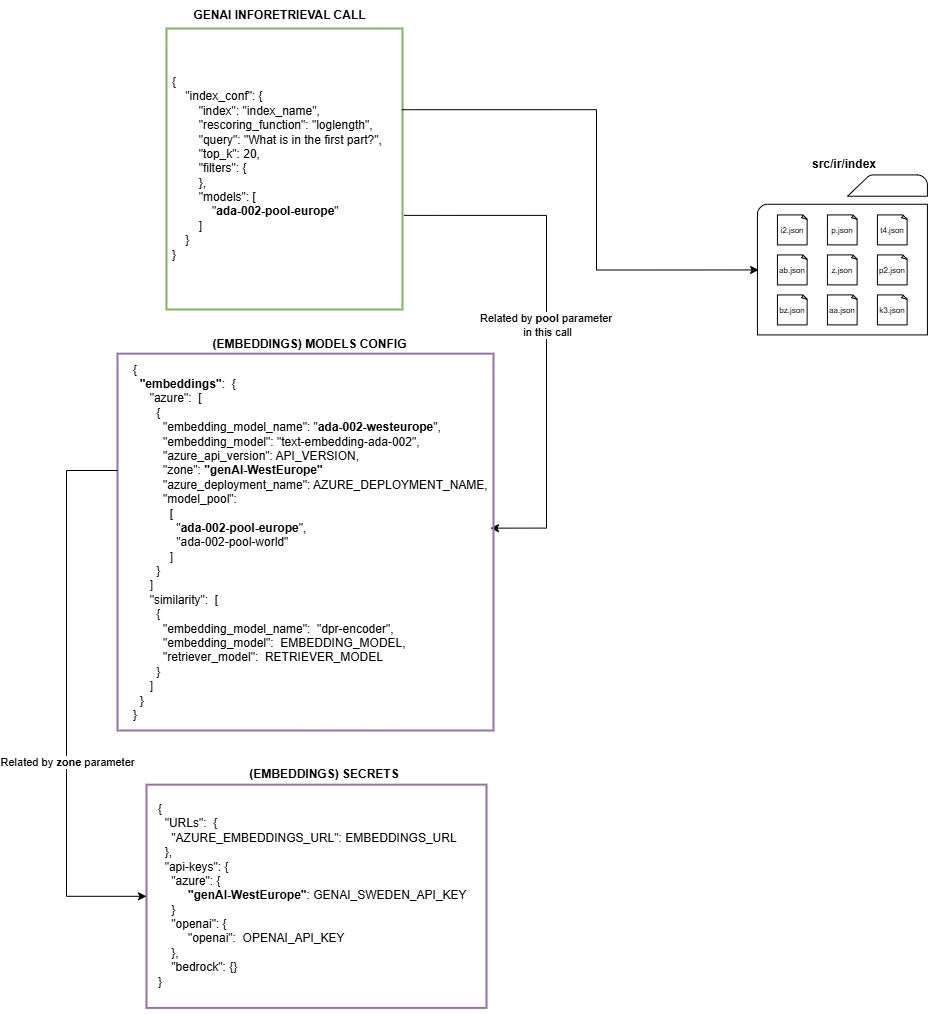
This is services/documentation/imgs/techhubgenaiinforetrieval/genai-inforetrieval-v2.2.0-config-files-uses.png from michael-s-downs/thethingineed, a draw.io export, as it was before one commit. Source tidied: cells renumbered, new cells last; positions are measured from the earlier drawing's top-left corner, leaving out a move shared by most shapes. Its diagram source:
```xml
<mxGraphModel>
  <root>
    <mxCell id="0" />
    <mxCell id="1" parent="0" />
    <mxCell id="2" style="group;" parent="1" vertex="1">
      <mxGeometry x="60" y="340" width="550" height="466.9" as="geometry" />
    </mxCell>
    <mxCell id="3" value="&lt;div&gt;&lt;div style=&quot;border-color: var(--border-color);&quot;&gt;{&lt;/div&gt;&lt;/div&gt;&lt;div&gt;&amp;nbsp; &lt;b&gt;&quot;embeddings&quot;&lt;/b&gt;:&amp;nbsp; {&lt;/div&gt;&lt;div&gt;&amp;nbsp; &amp;nbsp; &amp;nbsp;&quot;azure&quot;:&amp;nbsp; [&lt;/div&gt;&lt;div&gt;&amp;nbsp; &amp;nbsp; &amp;nbsp; &amp;nbsp;{&lt;/div&gt;&amp;nbsp; &amp;nbsp; &amp;nbsp; &amp;nbsp; &amp;nbsp;&quot;embedding_model_name&quot;:  &quot;&lt;b&gt;ada-002-westeurope&lt;/b&gt;&quot;,&lt;br&gt;&amp;nbsp; &amp;nbsp; &amp;nbsp; &amp;nbsp; &amp;nbsp;&quot;embedding_model&quot;:  &quot;text-embedding-ada-002&quot;,&lt;br&gt;&lt;span style=&quot;&quot;&gt;&lt;span style=&quot;white-space: pre;&quot;&gt;&amp;nbsp;&amp;nbsp;&amp;nbsp;&amp;nbsp;     &lt;/span&gt;&lt;/span&gt;&quot;azure_api_version&quot;:  API_VERSION,&lt;br&gt;&lt;span style=&quot;&quot;&gt;&lt;span style=&quot;white-space: pre;&quot;&gt;&amp;nbsp;&amp;nbsp;&amp;nbsp;&amp;nbsp;     &quot;zone&quot;: &lt;b&gt;&quot;genAI-WestEurope&quot;&lt;/b&gt;&lt;/span&gt;&lt;/span&gt;&lt;div&gt;&lt;span style=&quot;white-space: pre;&quot;&gt;&#9;&lt;/span&gt;&amp;nbsp;&quot;azure_deployment_name&quot;:  AZURE_DEPLOYMENT_NAME,&lt;br&gt;&lt;span style=&quot;&quot;&gt;&lt;span style=&quot;white-space: pre;&quot;&gt;&amp;nbsp;&amp;nbsp;&amp;nbsp;&amp;nbsp;     &lt;/span&gt;&lt;/span&gt;&quot;model_pool&quot;: &lt;br&gt;&lt;span style=&quot;&quot;&gt;&lt;span style=&quot;white-space: pre;&quot;&gt;&amp;nbsp;&amp;nbsp;&amp;nbsp;&amp;nbsp;&lt;/span&gt;&lt;/span&gt;&amp;nbsp; &amp;nbsp; &amp;nbsp; &amp;nbsp;[&lt;br&gt;&amp;nbsp;&lt;span style=&quot;&quot;&gt;&lt;span style=&quot;white-space: pre;&quot;&gt;&amp;nbsp;&amp;nbsp;&amp;nbsp;&amp;nbsp;&lt;/span&gt;&lt;/span&gt;&amp;nbsp; &amp;nbsp; &amp;nbsp; &amp;nbsp; &quot;&lt;b&gt;ada-002-pool-europe&lt;/b&gt;&quot;,&lt;br&gt;&lt;span style=&quot;&quot;&gt;&lt;span style=&quot;white-space: pre;&quot;&gt;&amp;nbsp;&amp;nbsp;&amp;nbsp;&amp;nbsp;&lt;/span&gt;&lt;/span&gt;&amp;nbsp; &amp;nbsp; &amp;nbsp; &amp;nbsp; &amp;nbsp;&quot;ada-002-pool-world&quot;&lt;br&gt;&lt;span style=&quot;&quot;&gt;&lt;span style=&quot;white-space: pre;&quot;&gt;&amp;nbsp;&amp;nbsp;&amp;nbsp;&amp;nbsp;&lt;/span&gt;&lt;/span&gt;&amp;nbsp; &amp;nbsp; &amp;nbsp; &amp;nbsp;]&lt;br&gt;&amp;nbsp; &amp;nbsp; &amp;nbsp; &amp;nbsp;}&amp;nbsp;&amp;nbsp;&lt;br&gt;&lt;div&gt;&amp;nbsp; &amp;nbsp; &amp;nbsp;]&lt;/div&gt;&lt;div&gt;&amp;nbsp; &amp;nbsp; &amp;nbsp;&quot;similarity&quot;:&amp;nbsp; [&lt;div style=&quot;&quot;&gt;&amp;nbsp; &amp;nbsp; &amp;nbsp; &amp;nbsp;{&lt;/div&gt;&lt;div style=&quot;&quot;&gt;&amp;nbsp; &amp;nbsp; &amp;nbsp; &amp;nbsp; &amp;nbsp;&quot;embedding_model_name&quot;:&amp;nbsp; &quot;dpr-encoder&quot;,&lt;/div&gt;&lt;div style=&quot;&quot;&gt;&amp;nbsp; &amp;nbsp; &amp;nbsp; &amp;nbsp; &amp;nbsp;&quot;embedding_model&quot;:&amp;nbsp; EMBEDDING_MODEL,&lt;/div&gt;&lt;div style=&quot;&quot;&gt;&amp;nbsp; &amp;nbsp; &amp;nbsp; &amp;nbsp; &amp;nbsp;&quot;retriever_model&quot;:&amp;nbsp; RETRIEVER_MODEL&lt;/div&gt;&lt;div style=&quot;&quot;&gt;&lt;span style=&quot;background-color: initial;&quot;&gt;&amp;nbsp; &amp;nbsp; &amp;nbsp; &amp;nbsp;}&lt;/span&gt;&lt;/div&gt;&lt;div style=&quot;&quot;&gt;&amp;nbsp; &amp;nbsp; &amp;nbsp;]&lt;/div&gt;&lt;/div&gt;&lt;div&gt;&amp;nbsp; }&amp;nbsp;&amp;nbsp;&lt;/div&gt;&lt;div&gt;}&lt;/div&gt;&lt;/div&gt;" style="text;html=1;align=left;verticalAlign=middle;whiteSpace=wrap;rounded=0;fillColor=none;strokeColor=none;strokeWidth=2;" parent="2" vertex="1">
      <mxGeometry x="5.1" y="13.2" width="364.9" height="376.9" as="geometry" />
    </mxCell>
    <mxCell id="4" style="group;" parent="1" vertex="1">
      <mxGeometry x="100" width="256" height="313" as="geometry" />
    </mxCell>
    <mxCell id="5" value="&lt;b&gt;GENAI INFORETRIEVAL CALL&lt;/b&gt;" style="text;html=1;align=center;verticalAlign=middle;whiteSpace=wrap;rounded=0;" parent="4" vertex="1">
      <mxGeometry x="22.5" width="181" height="30" as="geometry" />
    </mxCell>
    <mxCell id="6" value="&lt;div&gt;{&lt;/div&gt;&lt;div&gt;&amp;nbsp; &amp;nbsp; &quot;index_conf&quot;: {&lt;/div&gt;&lt;div&gt;&amp;nbsp; &amp;nbsp; &amp;nbsp; &amp;nbsp; &quot;index&quot;: &quot;index_name&quot;,&lt;/div&gt;&lt;div&gt;&amp;nbsp; &amp;nbsp; &amp;nbsp; &amp;nbsp; &quot;rescoring_function&quot;: &quot;loglength&quot;,&lt;/div&gt;&lt;div&gt;&amp;nbsp; &amp;nbsp; &amp;nbsp; &amp;nbsp; &quot;query&quot;: &quot;What is in the first part?&quot;,&lt;/div&gt;&lt;div&gt;&amp;nbsp; &amp;nbsp; &amp;nbsp; &amp;nbsp; &quot;top_k&quot;: 20,&lt;/div&gt;&lt;div&gt;&amp;nbsp; &amp;nbsp; &amp;nbsp; &amp;nbsp; &quot;filters&quot;: {&lt;/div&gt;&lt;div&gt;&amp;nbsp; &amp;nbsp; &amp;nbsp; &amp;nbsp; },&lt;/div&gt;&lt;div&gt;&amp;nbsp; &amp;nbsp; &amp;nbsp; &amp;nbsp; &quot;models&quot;: [&lt;/div&gt;&lt;div&gt;&amp;nbsp; &amp;nbsp; &amp;nbsp; &amp;nbsp; &amp;nbsp; &amp;nbsp; &quot;&lt;b&gt;ada-002-pool-europe&lt;/b&gt;&quot;&lt;/div&gt;&lt;div&gt;&amp;nbsp; &amp;nbsp; &amp;nbsp; &amp;nbsp; ]&lt;/div&gt;&lt;div&gt;&amp;nbsp; &amp;nbsp; }&lt;/div&gt;&lt;div&gt;}&lt;/div&gt;" style="text;html=1;align=left;verticalAlign=middle;whiteSpace=wrap;rounded=0;" parent="4" vertex="1">
      <mxGeometry x="4" y="23" width="252" height="290" as="geometry" />
    </mxCell>
    <mxCell id="7" style="rounded=0;whiteSpace=wrap;html=1;fillColor=none;strokeColor=#82b366;strokeWidth=2;" parent="4" vertex="1">
      <mxGeometry y="28" width="236" height="281" as="geometry" />
    </mxCell>
    <mxCell id="8" style="group;" parent="1" vertex="1">
      <mxGeometry x="80" y="777.4" width="554.9" height="235.8" as="geometry" />
    </mxCell>
    <mxCell id="9" style="group;" parent="8" vertex="1">
      <mxGeometry width="554.9" height="235.8" as="geometry" />
    </mxCell>
    <mxCell id="10" style="rounded=0;whiteSpace=wrap;html=1;fillColor=none;strokeColor=#9673a6;strokeWidth=2;" parent="9" vertex="1">
      <mxGeometry y="6.8" width="340" height="223.2" as="geometry" />
    </mxCell>
    <mxCell id="11" value="&lt;div&gt;&lt;div style=&quot;border-color: var(--border-color);&quot;&gt;{&lt;/div&gt;&lt;/div&gt;&lt;div&gt;&amp;nbsp; &quot;URLs&quot;:&amp;nbsp; {&lt;/div&gt;&lt;div&gt;&amp;nbsp; &amp;nbsp; &quot;AZURE_EMBEDDINGS_URL&quot;: EMBEDDINGS_URL&lt;/div&gt;&lt;div&gt;&amp;nbsp; },&lt;/div&gt;&lt;div&gt;&amp;nbsp; &quot;api-keys&quot;: {&lt;/div&gt;&lt;div&gt;&amp;nbsp; &amp;nbsp; &quot;azure&quot;: {&lt;/div&gt;&amp;nbsp; &amp;nbsp; &amp;nbsp; &amp;nbsp; &amp;nbsp;&lt;b&gt;&quot;genAI-WestEurope&quot;&lt;/b&gt;: GENAI_SWEDEN_API_KEY&lt;div&gt;&amp;nbsp; &amp;nbsp; }&lt;br&gt;&lt;div&gt;&amp;nbsp; &amp;nbsp; &quot;openai&quot;:&amp;nbsp;&lt;span style=&quot;background-color: initial;&quot;&gt;{&lt;/span&gt;&lt;div style=&quot;&quot;&gt;&amp;nbsp; &amp;nbsp; &amp;nbsp; &amp;nbsp; &amp;nbsp;&quot;openai&quot;:&amp;nbsp; OPENAI_API_KEY&lt;/div&gt;&lt;div style=&quot;&quot;&gt;&amp;nbsp; &amp;nbsp; },&lt;/div&gt;&lt;div style=&quot;&quot;&gt;&amp;nbsp; &amp;nbsp; &quot;bedrock&quot;: {}&lt;/div&gt;&lt;/div&gt;&lt;div&gt;}&lt;/div&gt;&lt;/div&gt;" style="text;html=1;align=left;verticalAlign=middle;whiteSpace=wrap;rounded=0;fillColor=none;strokeColor=none;strokeWidth=2;" parent="9" vertex="1">
      <mxGeometry x="10" width="544.9" height="235.8" as="geometry" />
    </mxCell>
    <mxCell id="12" value="&lt;b&gt;(EMBEDDINGS) SECRETS&lt;/b&gt;" style="text;html=1;align=center;verticalAlign=middle;whiteSpace=wrap;rounded=0;" parent="9" vertex="1">
      <mxGeometry x="90" y="-7.4" width="175.9" height="7.4" as="geometry" />
    </mxCell>
    <mxCell id="13" style="edgeStyle=orthogonalEdgeStyle;rounded=0;jettySize=auto;html=1;entryX=0.992;entryY=0.463;entryDx=0;entryDy=0;entryPerimeter=0;exitX=1.006;exitY=0.665;exitDx=0;exitDy=0;exitPerimeter=0;" parent="1" edge="1" source="7" target="30">
      <mxGeometry relative="1" as="geometry">
        <Array as="points">
          <mxPoint x="480" y="215" />
          <mxPoint x="480" y="528" />
        </Array>
      </mxGeometry>
    </mxCell>
    <mxCell id="14" value="Related by &lt;b&gt;pool &lt;/b&gt;parameter&amp;nbsp;&lt;div&gt;in this call&lt;/div&gt;" style="edgeLabel;html=1;align=center;verticalAlign=middle;" parent="13" vertex="1">
      <mxGeometry x="0.1" y="1" relative="1" as="geometry">
        <mxPoint x="-1" y="-28" as="offset" />
      </mxGeometry>
    </mxCell>
    <mxCell id="15" style="group;" parent="1" vertex="1">
      <mxGeometry x="690" y="160" width="175.9" height="174.4" as="geometry" />
    </mxCell>
    <mxCell id="16" value="&lt;font style=&quot;font-size: 8px;&quot;&gt;i2.json&lt;/font&gt;" style="whiteSpace=wrap;html=1;shape=mxgraph.basic.document;" parent="15" vertex="1">
      <mxGeometry x="20.9" y="54.4" width="30" height="30" as="geometry" />
    </mxCell>
    <mxCell id="17" value="&lt;font style=&quot;font-size: 8px;&quot;&gt;p.json&lt;/font&gt;" style="whiteSpace=wrap;html=1;shape=mxgraph.basic.document;" parent="15" vertex="1">
      <mxGeometry x="70.9" y="54.4" width="30" height="30" as="geometry" />
    </mxCell>
    <mxCell id="18" value="&lt;font style=&quot;font-size: 8px;&quot;&gt;t4.json&lt;/font&gt;" style="whiteSpace=wrap;html=1;shape=mxgraph.basic.document;" parent="15" vertex="1">
      <mxGeometry x="120.9" y="54.4" width="30" height="30" as="geometry" />
    </mxCell>
    <mxCell id="19" value="&lt;font style=&quot;font-size: 8px;&quot;&gt;ab.json&lt;/font&gt;" style="whiteSpace=wrap;html=1;shape=mxgraph.basic.document;" parent="15" vertex="1">
      <mxGeometry x="20.9" y="94.4" width="30" height="30" as="geometry" />
    </mxCell>
    <mxCell id="20" value="&lt;font style=&quot;font-size: 8px;&quot;&gt;z.json&lt;/font&gt;" style="whiteSpace=wrap;html=1;shape=mxgraph.basic.document;" parent="15" vertex="1">
      <mxGeometry x="70.9" y="94.4" width="30" height="30" as="geometry" />
    </mxCell>
    <mxCell id="21" value="&lt;font style=&quot;font-size: 8px;&quot;&gt;p2.json&lt;/font&gt;" style="whiteSpace=wrap;html=1;shape=mxgraph.basic.document;" parent="15" vertex="1">
      <mxGeometry x="120.9" y="94.4" width="30" height="30" as="geometry" />
    </mxCell>
    <mxCell id="22" value="&lt;font style=&quot;font-size: 8px;&quot;&gt;bz.json&lt;/font&gt;" style="whiteSpace=wrap;html=1;shape=mxgraph.basic.document;" parent="15" vertex="1">
      <mxGeometry x="20.9" y="134.4" width="30" height="30" as="geometry" />
    </mxCell>
    <mxCell id="23" value="&lt;font style=&quot;font-size: 8px;&quot;&gt;aa.json&lt;/font&gt;" style="whiteSpace=wrap;html=1;shape=mxgraph.basic.document;" parent="15" vertex="1">
      <mxGeometry x="70.9" y="134.4" width="30" height="30" as="geometry" />
    </mxCell>
    <mxCell id="24" value="&lt;font style=&quot;font-size: 8px;&quot;&gt;k3.json&lt;/font&gt;" style="whiteSpace=wrap;html=1;shape=mxgraph.basic.document;" parent="15" vertex="1">
      <mxGeometry x="120.9" y="134.4" width="30" height="30" as="geometry" />
    </mxCell>
    <mxCell id="25" value="&lt;b&gt;src/ir/index&lt;/b&gt;" style="text;html=1;align=center;verticalAlign=middle;whiteSpace=wrap;rounded=0;" parent="15" vertex="1">
      <mxGeometry width="175.9" height="7.4" as="geometry" />
    </mxCell>
    <mxCell id="26" style="sketch=0;shadow=0;dashed=0;html=1;strokeColor=default;labelPosition=center;verticalLabelPosition=bottom;verticalAlign=top;outlineConnect=0;align=center;shape=mxgraph.office.concepts.folder;fillColor=none;" parent="15" vertex="1">
      <mxGeometry x="0.9" y="14.4" width="170" height="160" as="geometry" />
    </mxCell>
    <mxCell id="27" style="edgeStyle=orthogonalEdgeStyle;rounded=0;jettySize=auto;html=1;exitX=0.997;exitY=0.289;exitDx=0;exitDy=0;entryX=0.007;entryY=0.594;entryDx=0;entryDy=0;entryPerimeter=0;exitPerimeter=0;" parent="1" edge="1" source="7" target="26">
      <mxGeometry relative="1" as="geometry">
        <Array as="points">
          <mxPoint x="530" y="109" />
          <mxPoint x="530" y="270" />
        </Array>
      </mxGeometry>
    </mxCell>
    <mxCell id="28" style="group;" parent="1" vertex="1">
      <mxGeometry x="47" y="340" width="380" height="390" as="geometry" />
    </mxCell>
    <mxCell id="29" value="&lt;b&gt;(EMBEDDINGS) MODELS CONFIG&lt;/b&gt;" style="text;html=1;align=center;verticalAlign=middle;whiteSpace=wrap;rounded=0;" parent="28" vertex="1">
      <mxGeometry x="92.7" y="-2.8" width="207.3" height="13.1" as="geometry" />
    </mxCell>
    <mxCell id="30" style="rounded=0;whiteSpace=wrap;html=1;fillColor=none;strokeColor=#9673a6;strokeWidth=2;" parent="28" vertex="1">
      <mxGeometry x="4" y="13.1" width="376" height="376.9" as="geometry" />
    </mxCell>
    <mxCell id="31" style="edgeStyle=orthogonalEdgeStyle;rounded=0;jettySize=auto;html=1;entryX=0;entryY=0.5;entryDx=0;entryDy=0;" parent="1" edge="1" source="30" target="10">
      <mxGeometry relative="1" as="geometry">
        <Array as="points">
          <mxPoint y="470" />
          <mxPoint y="896" />
        </Array>
      </mxGeometry>
    </mxCell>
    <mxCell id="32" value="Related by &lt;b&gt;zone&lt;/b&gt; parameter" style="edgeLabel;html=1;align=center;verticalAlign=middle;" parent="31" vertex="1">
      <mxGeometry x="-0.2" y="-3" relative="1" as="geometry">
        <mxPoint x="3" y="121" as="offset" />
      </mxGeometry>
    </mxCell>
  </root>
</mxGraphModel>
```
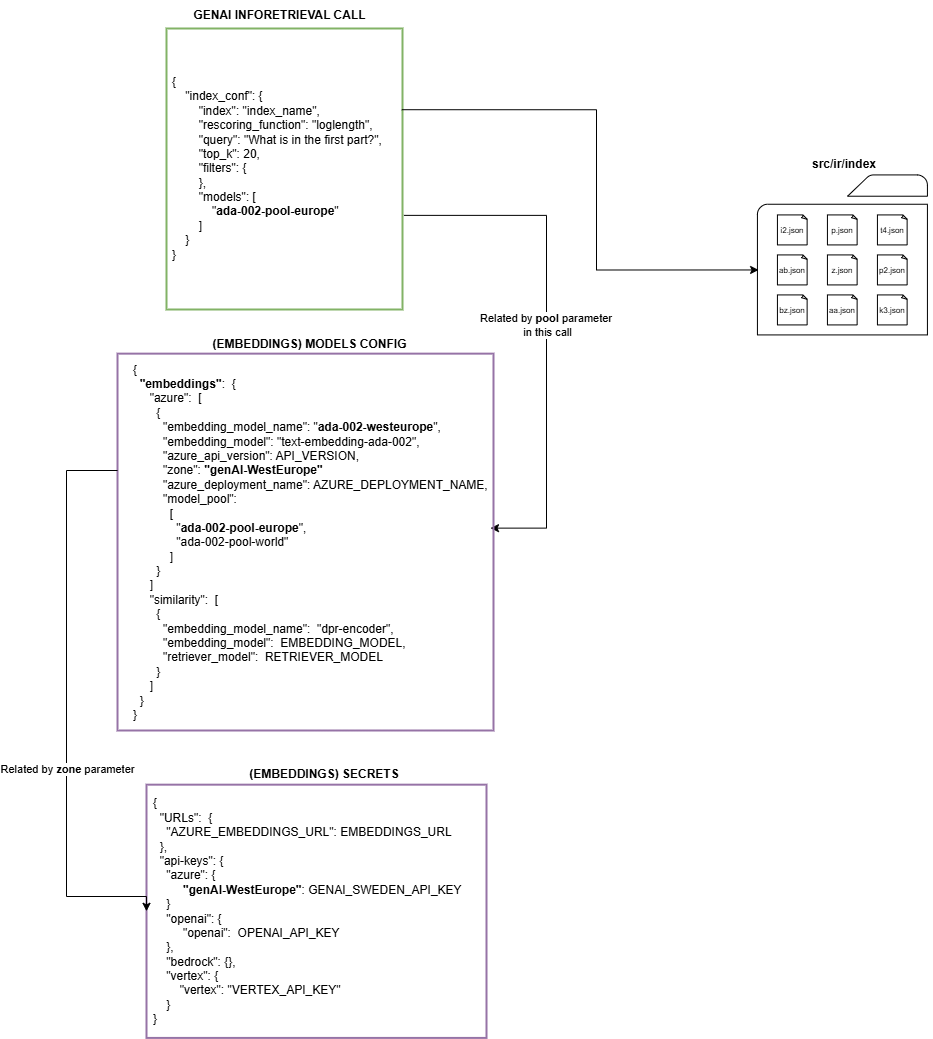
Above is the later version.

Commit message:
[INFOINDEXING INFORETRIEVAL] doc and tests updated new vertex models

What changed in the source:
```diff
@@ -21,16 +21,16 @@
       <mxGeometry y="28" width="236" height="281" as="geometry" />
     </mxCell>
     <mxCell id="8" style="group;" parent="1" vertex="1">
-      <mxGeometry x="80" y="777.4" width="554.9" height="235.8" as="geometry" />
+      <mxGeometry x="80" y="777.4" width="554.9" height="260" as="geometry" />
     </mxCell>
     <mxCell id="9" style="group;" parent="8" vertex="1">
-      <mxGeometry width="554.9" height="235.8" as="geometry" />
+      <mxGeometry width="554.9" height="260" as="geometry" />
     </mxCell>
     <mxCell id="10" style="rounded=0;whiteSpace=wrap;html=1;fillColor=none;strokeColor=#9673a6;strokeWidth=2;" parent="9" vertex="1">
-      <mxGeometry y="6.8" width="340" height="223.2" as="geometry" />
+      <mxGeometry y="6.8" width="340" height="253.2" as="geometry" />
     </mxCell>
-    <mxCell id="11" value="&lt;div&gt;&lt;div style=&quot;border-color: var(--border-color);&quot;&gt;{&lt;/div&gt;&lt;/div&gt;&lt;div&gt;&amp;nbsp; &quot;URLs&quot;:&amp;nbsp; {&lt;/div&gt;&lt;div&gt;&amp;nbsp; &amp;nbsp; &quot;AZURE_EMBEDDINGS_URL&quot;: EMBEDDINGS_URL&lt;/div&gt;&lt;div&gt;&amp;nbsp; },&lt;/div&gt;&lt;div&gt;&amp;nbsp; &quot;api-keys&quot;: {&lt;/div&gt;&lt;div&gt;&amp;nbsp; &amp;nbsp; &quot;azure&quot;: {&lt;/div&gt;&amp;nbsp; &amp;nbsp; &amp;nbsp; &amp;nbsp; &amp;nbsp;&lt;b&gt;&quot;genAI-WestEurope&quot;&lt;/b&gt;: GENAI_SWEDEN_API_KEY&lt;div&gt;&amp;nbsp; &amp;nbsp; }&lt;br&gt;&lt;div&gt;&amp;nbsp; &amp;nbsp; &quot;openai&quot;:&amp;nbsp;&lt;span style=&quot;background-color: initial;&quot;&gt;{&lt;/span&gt;&lt;div style=&quot;&quot;&gt;&amp;nbsp; &amp;nbsp; &amp;nbsp; &amp;nbsp; &amp;nbsp;&quot;openai&quot;:&amp;nbsp; OPENAI_API_KEY&lt;/div&gt;&lt;div style=&quot;&quot;&gt;&amp;nbsp; &amp;nbsp; },&lt;/div&gt;&lt;div style=&quot;&quot;&gt;&amp;nbsp; &amp;nbsp; &quot;bedrock&quot;: {}&lt;/div&gt;&lt;/div&gt;&lt;div&gt;}&lt;/div&gt;&lt;/div&gt;" style="text;html=1;align=left;verticalAlign=middle;whiteSpace=wrap;rounded=0;fillColor=none;strokeColor=none;strokeWidth=2;" parent="9" vertex="1">
-      <mxGeometry x="10" width="544.9" height="235.8" as="geometry" />
+    <mxCell id="11" value="&lt;div&gt;&lt;div style=&quot;border-color: var(--border-color);&quot;&gt;{&lt;/div&gt;&lt;/div&gt;&lt;div&gt;&amp;nbsp; &quot;URLs&quot;:&amp;nbsp; {&lt;/div&gt;&lt;div&gt;&amp;nbsp; &amp;nbsp; &quot;AZURE_EMBEDDINGS_URL&quot;: EMBEDDINGS_URL&lt;/div&gt;&lt;div&gt;&amp;nbsp; },&lt;/div&gt;&lt;div&gt;&amp;nbsp; &quot;api-keys&quot;: {&lt;/div&gt;&lt;div&gt;&amp;nbsp; &amp;nbsp; &quot;azure&quot;: {&lt;/div&gt;&amp;nbsp; &amp;nbsp; &amp;nbsp; &amp;nbsp; &amp;nbsp;&lt;b&gt;&quot;genAI-WestEurope&quot;&lt;/b&gt;: GENAI_SWEDEN_API_KEY&lt;div&gt;&amp;nbsp; &amp;nbsp; }&lt;br&gt;&lt;div&gt;&amp;nbsp; &amp;nbsp; &quot;openai&quot;:&amp;nbsp;&lt;span style=&quot;background-color: initial;&quot;&gt;{&lt;/span&gt;&lt;div style=&quot;&quot;&gt;&amp;nbsp; &amp;nbsp; &amp;nbsp; &amp;nbsp; &amp;nbsp;&quot;openai&quot;:&amp;nbsp; OPENAI_API_KEY&lt;/div&gt;&lt;div style=&quot;&quot;&gt;&amp;nbsp; &amp;nbsp; },&lt;/div&gt;&lt;div style=&quot;&quot;&gt;&amp;nbsp; &amp;nbsp; &quot;bedrock&quot;: {},&lt;/div&gt;&lt;/div&gt;&lt;div style=&quot;&quot;&gt;&amp;nbsp; &amp;nbsp; &quot;vertex&quot;: {&lt;/div&gt;&lt;div style=&quot;&quot;&gt;&lt;span style=&quot;white-space: pre;&quot;&gt;&#9;&lt;/span&gt;&quot;vertex&quot;: &quot;VERTEX_API_KEY&quot;&lt;/div&gt;&lt;div style=&quot;&quot;&gt;&amp;nbsp; &amp;nbsp; }&lt;/div&gt;&lt;div&gt;}&lt;/div&gt;&lt;/div&gt;" style="text;html=1;align=left;verticalAlign=middle;whiteSpace=wrap;rounded=0;fillColor=none;strokeColor=none;strokeWidth=2;" parent="9" vertex="1">
+      <mxGeometry x="5" y="15.4" width="544.9" height="235.8" as="geometry" />
     </mxCell>
     <mxCell id="12" value="&lt;b&gt;(EMBEDDINGS) SECRETS&lt;/b&gt;" style="text;html=1;align=center;verticalAlign=middle;whiteSpace=wrap;rounded=0;" parent="9" vertex="1">
       <mxGeometry x="90" y="-7.4" width="175.9" height="7.4" as="geometry" />
```
